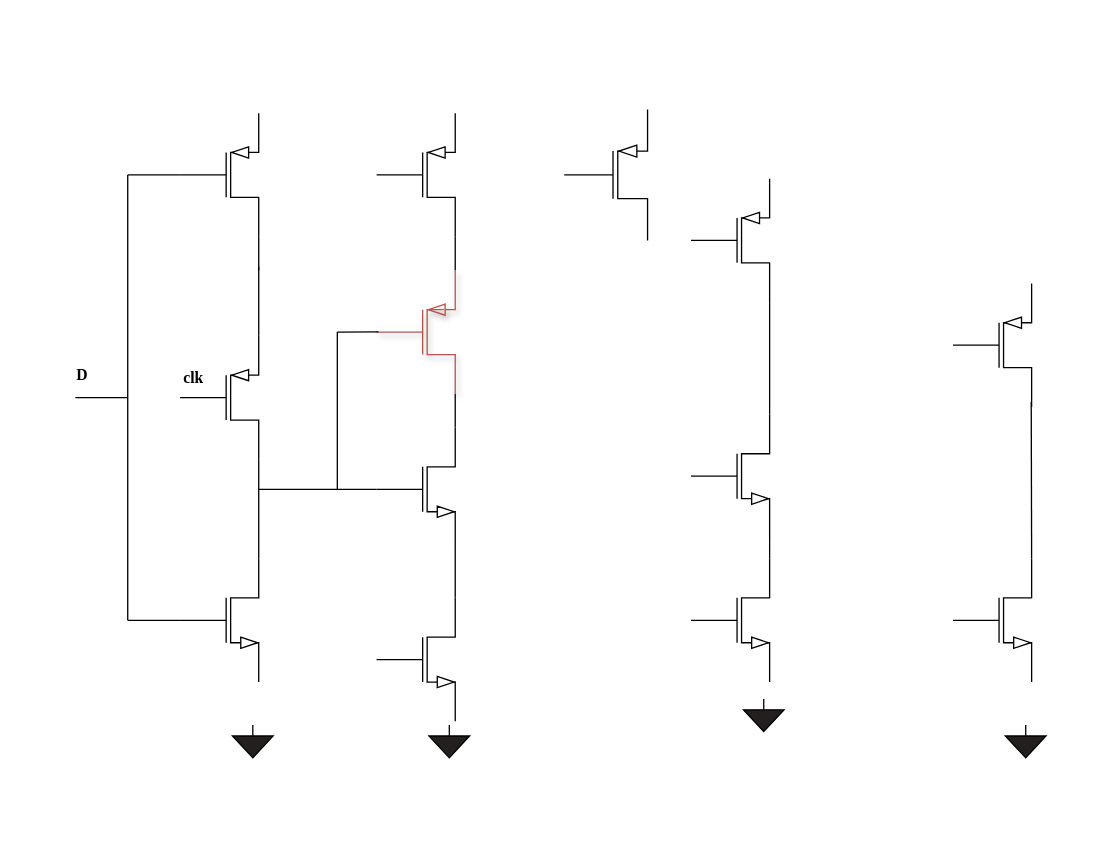
w1213ph/draw.io keeps this draw.io diagram as MTPC.drawio. Above is the earlier version. Source tidied: cells renumbered, new cells numbered last; positions are measured from the earlier drawing's top-left corner, leaving out a move shared by most shapes. Both pictures are drawn from the tidied source at 131%, with x=0, y=0 at pixel (62, 109).
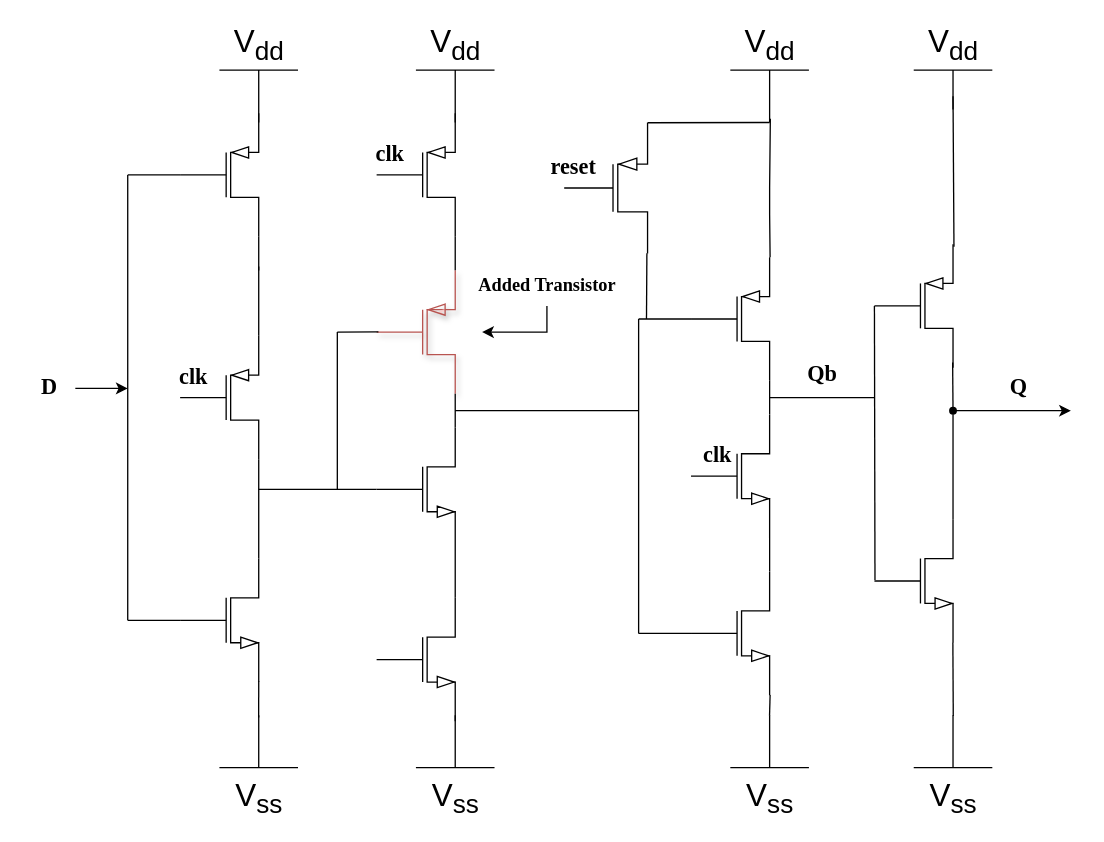
The same page after the edit.

Unchanged cells that the change refers to:
```xml
<mxCell id="3" style="verticalLabelPosition=bottom;shadow=0;dashed=0;align=center;html=1;verticalAlign=top;shape=mxgraph.electrical.transistors.nmos;" parent="1" vertex="1">
  <mxGeometry x="90" y="340" width="60" height="100" as="geometry" />
</mxCell>
```

Diff of the diagram source:
```diff
@@
     <mxCell id="9" style="verticalLabelPosition=bottom;shadow=0;dashed=0;align=center;html=1;verticalAlign=top;shape=mxgraph.electrical.transistors.pmos;" parent="1" vertex="1">
-      <mxGeometry x="270" width="290" height="100" as="geometry" />
+      <mxGeometry x="270" y="10" width="290" height="100" as="geometry" />
     </mxCell>
     <mxCell id="10" style="verticalLabelPosition=bottom;shadow=0;dashed=0;align=center;html=1;verticalAlign=top;shape=mxgraph.electrical.transistors.pmos;" parent="1" vertex="1">
-      <mxGeometry x="480" y="50" width="60" height="100" as="geometry" />
+      <mxGeometry x="480" y="110" width="60" height="100" as="geometry" />
     </mxCell>
@@
     <mxCell id="12" style="verticalLabelPosition=bottom;shadow=0;dashed=0;align=center;html=1;verticalAlign=top;shape=mxgraph.electrical.transistors.nmos;" parent="1" vertex="1">
-      <mxGeometry x="480" y="340" width="60" height="100" as="geometry" />
+      <mxGeometry x="480" y="350" width="60" height="100" as="geometry" />
     </mxCell>
     <mxCell id="13" style="verticalLabelPosition=bottom;shadow=0;dashed=0;align=center;html=1;verticalAlign=top;shape=mxgraph.electrical.transistors.pmos;" parent="1" vertex="1">
-      <mxGeometry x="680" y="130" width="60" height="100" as="geometry" />
+      <mxGeometry x="620" y="100" width="60" height="100" as="geometry" />
     </mxCell>
     <mxCell id="14" style="verticalLabelPosition=bottom;shadow=0;dashed=0;align=center;html=1;verticalAlign=top;shape=mxgraph.electrical.transistors.nmos;" parent="1" vertex="1">
-      <mxGeometry x="680" y="340" width="60" height="100" as="geometry" />
+      <mxGeometry x="620" y="310" width="60" height="100" as="geometry" />
     </mxCell>
@@
-    <mxCell id="22" style="endArrow=none;html=1;rounded=0;entryX=0.995;entryY=0.959;entryDx=0;entryDy=0;entryPerimeter=0;exitX=1;exitY=0;exitDx=0;exitDy=0;exitPerimeter=0;" parent="1" edge="1" source="14" target="13">
+    <mxCell id="22" style="endArrow=none;html=1;rounded=0;entryX=0.995;entryY=0.959;entryDx=0;entryDy=0;entryPerimeter=0;exitDx=0;exitDy=0;exitPerimeter=0;" parent="1" edge="1" source="60" target="13">
       <mxGeometry relative="1" as="geometry" />
     </mxCell>
@@
-    <mxCell id="30" style="endArrow=none;html=1;rounded=0;" parent="1" edge="1">
-      <mxGeometry relative="1" as="geometry">
-        <mxPoint x="10" y="220" as="sourcePoint" />
-        <mxPoint x="50" y="220" as="targetPoint" />
-      </mxGeometry>
-    </mxCell>
+    <mxCell id="37" style="edgeStyle=orthogonalEdgeStyle;rounded=0;jettySize=auto;html=1;" parent="1" edge="1" source="31">
+      <mxGeometry relative="1" as="geometry">
+        <mxPoint x="50" y="213" as="targetPoint" />
+      </mxGeometry>
+    </mxCell>
-    <mxCell id="31" value="D" style="text;html=1;align=center;verticalAlign=middle;points=[];strokeColor=none;fillColor=none;fontFamily=Times New Roman;fontStyle=1;labelBorderColor=none;" parent="1" vertex="1">
-      <mxGeometry y="188" width="30" height="30" as="geometry" />
+    <mxCell id="31" value="D" style="text;html=1;align=center;verticalAlign=middle;points=[];strokeColor=none;fillColor=none;fontFamily=Times New Roman;fontStyle=1;labelBorderColor=none;fontSize=17;" parent="1" vertex="1">
+      <mxGeometry x="-30" y="198" width="40" height="30" as="geometry" />
     </mxCell>
-    <mxCell id="32" value="clk" style="text;html=1;align=center;verticalAlign=middle;strokeColor=none;fillColor=none;fontFamily=Times New Roman;fontStyle=1;" parent="1" vertex="1">
+    <mxCell id="32" value="clk" style="text;html=1;align=center;verticalAlign=middle;strokeColor=none;fillColor=none;fontFamily=Times New Roman;fontStyle=1;fontSize=17;" parent="1" vertex="1">
       <mxGeometry x="80" y="190" width="40" height="30" as="geometry" />
     </mxCell>
-    <mxCell id="33" style="verticalLabelPosition=bottom;shadow=0;dashed=0;align=center;html=1;verticalAlign=top;shape=mxgraph.electrical.signal_sources.signal_ground;fillColor=#231f1f;" parent="1" vertex="1">
-      <mxGeometry x="130" y="470" width="31" height="25" as="geometry" />
-    </mxCell>
-    <mxCell id="34" style="verticalLabelPosition=bottom;shadow=0;dashed=0;align=center;html=1;verticalAlign=top;shape=mxgraph.electrical.signal_sources.signal_ground;fillColor=#231f1f;" parent="1" vertex="1">
-      <mxGeometry x="280" y="470" width="31" height="25" as="geometry" />
-    </mxCell>
-    <mxCell id="35" style="verticalLabelPosition=bottom;shadow=0;dashed=0;align=center;html=1;verticalAlign=top;shape=mxgraph.electrical.signal_sources.signal_ground;fillColor=#231f1f;" parent="1" vertex="1">
-      <mxGeometry x="520" y="450" width="31" height="25" as="geometry" />
-    </mxCell>
-    <mxCell id="36" style="verticalLabelPosition=bottom;shadow=0;dashed=0;align=center;html=1;verticalAlign=top;shape=mxgraph.electrical.signal_sources.signal_ground;fillColor=#231f1f;" parent="1" vertex="1">
-      <mxGeometry x="720" y="470" width="31" height="25" as="geometry" />
-    </mxCell>
+    <mxCell id="38" value="V&lt;sub&gt;ss&lt;/sub&gt;" style="verticalLabelPosition=bottom;shadow=0;dashed=0;align=center;html=1;verticalAlign=top;shape=mxgraph.electrical.signal_sources.vss2;fontSize=24;flipV=1;" parent="1" vertex="1">
+      <mxGeometry x="270" y="462.5" width="60" height="40" as="geometry" />
+    </mxCell>
+    <mxCell id="39" value="V&lt;sub&gt;ss&lt;/sub&gt;" style="verticalLabelPosition=bottom;shadow=0;dashed=0;align=center;html=1;verticalAlign=top;shape=mxgraph.electrical.signal_sources.vss2;fontSize=24;flipV=1;" parent="1" vertex="1">
+      <mxGeometry x="510" y="462.5" width="60" height="40" as="geometry" />
+    </mxCell>
+    <mxCell id="40" value="V&lt;sub&gt;ss&lt;/sub&gt;" style="verticalLabelPosition=bottom;shadow=0;dashed=0;align=center;html=1;verticalAlign=top;shape=mxgraph.electrical.signal_sources.vss2;fontSize=24;flipV=1;" parent="1" vertex="1">
+      <mxGeometry x="650" y="462.5" width="60" height="40" as="geometry" />
+    </mxCell>
+    <mxCell id="41" value="V&lt;sub&gt;ss&lt;/sub&gt;" style="verticalLabelPosition=bottom;shadow=0;dashed=0;align=center;html=1;verticalAlign=top;shape=mxgraph.electrical.signal_sources.vss2;fontSize=24;flipV=1;" parent="1" vertex="1">
+      <mxGeometry x="120" y="462.5" width="60" height="40" as="geometry" />
+    </mxCell>
+    <mxCell id="42" value="V&lt;sub&gt;dd&lt;/sub&gt;" style="verticalLabelPosition=top;verticalAlign=bottom;shape=mxgraph.electrical.signal_sources.vdd;shadow=0;dashed=0;align=center;strokeWidth=1;fontSize=24;html=1;flipV=1;" parent="1" vertex="1">
+      <mxGeometry x="120" y="-30" width="60" height="40" as="geometry" />
+    </mxCell>
+    <mxCell id="43" value="V&lt;sub&gt;dd&lt;/sub&gt;" style="verticalLabelPosition=top;verticalAlign=bottom;shape=mxgraph.electrical.signal_sources.vdd;shadow=0;dashed=0;align=center;strokeWidth=1;fontSize=24;html=1;flipV=1;" parent="1" vertex="1">
+      <mxGeometry x="270" y="-30" width="60" height="40" as="geometry" />
+    </mxCell>
+    <mxCell id="44" value="V&lt;sub&gt;dd&lt;/sub&gt;" style="verticalLabelPosition=top;verticalAlign=bottom;shape=mxgraph.electrical.signal_sources.vdd;shadow=0;dashed=0;align=center;strokeWidth=1;fontSize=24;html=1;flipV=1;" parent="1" vertex="1">
+      <mxGeometry x="510" y="-30" width="60" height="40" as="geometry" />
+    </mxCell>
+    <mxCell id="45" value="V&lt;sub&gt;dd&lt;/sub&gt;" style="verticalLabelPosition=top;verticalAlign=bottom;shape=mxgraph.electrical.signal_sources.vdd;shadow=0;dashed=0;align=center;strokeWidth=1;fontSize=24;html=1;flipV=1;" parent="1" vertex="1">
+      <mxGeometry x="650" y="-30" width="60" height="30" as="geometry" />
+    </mxCell>
+    <mxCell id="46" style="endArrow=none;html=1;rounded=0;entryX=0.509;entryY=0.073;entryDx=0;entryDy=0;entryPerimeter=0;exitX=1.006;exitY=0;exitDx=0;exitDy=0;exitPerimeter=0;" parent="1" edge="1" source="10" target="44">
+      <mxGeometry relative="1" as="geometry">
+        <Array as="points">
+          <mxPoint x="540" y="80" />
+          <mxPoint x="540" y="60" />
+        </Array>
+      </mxGeometry>
+    </mxCell>
+    <mxCell id="47" style="endArrow=none;html=1;rounded=0;" parent="1" edge="1">
+      <mxGeometry relative="1" as="geometry">
+        <mxPoint x="440" y="160" as="sourcePoint" />
+        <mxPoint x="480" y="160" as="targetPoint" />
+      </mxGeometry>
+    </mxCell>
+    <mxCell id="48" style="endArrow=none;html=1;rounded=0;" parent="1" edge="1">
+      <mxGeometry relative="1" as="geometry">
+        <mxPoint x="440" y="400" as="sourcePoint" />
+        <mxPoint x="480" y="400" as="targetPoint" />
+      </mxGeometry>
+    </mxCell>
+    <mxCell id="49" style="endArrow=none;html=1;rounded=0;" parent="1" edge="1">
+      <mxGeometry relative="1" as="geometry">
+        <mxPoint x="440" y="400" as="sourcePoint" />
+        <mxPoint x="440" y="160" as="targetPoint" />
+      </mxGeometry>
+    </mxCell>
+    <mxCell id="50" style="endArrow=none;html=1;rounded=0;" parent="1" edge="1">
+      <mxGeometry relative="1" as="geometry">
+        <mxPoint x="300" y="230" as="sourcePoint" />
+        <mxPoint x="440" y="230" as="targetPoint" />
+      </mxGeometry>
+    </mxCell>
+    <mxCell id="51" style="endArrow=none;html=1;rounded=0;exitX=1.004;exitY=0.002;exitDx=0;exitDy=0;exitPerimeter=0;" parent="1" edge="1" source="9">
+      <mxGeometry relative="1" as="geometry">
+        <mxPoint x="540" y="10" as="targetPoint" />
+      </mxGeometry>
+    </mxCell>
+    <mxCell id="52" style="endArrow=none;html=1;rounded=0;entryX=0.992;entryY=0.998;entryDx=0;entryDy=0;entryPerimeter=0;" parent="1" edge="1" target="9">
+      <mxGeometry relative="1" as="geometry">
+        <mxPoint x="446" y="160" as="sourcePoint" />
+      </mxGeometry>
+    </mxCell>
+    <mxCell id="53" value="clk" style="text;html=1;align=center;verticalAlign=middle;strokeColor=none;fillColor=none;fontFamily=Times New Roman;fontStyle=1;fontSize=17;" parent="1" vertex="1">
+      <mxGeometry x="480" y="250" width="40" height="30" as="geometry" />
+    </mxCell>
+    <mxCell id="54" value="reset" style="text;html=1;align=center;verticalAlign=middle;strokeColor=none;fillColor=none;fontFamily=Times New Roman;fontSize=17;fontStyle=1;" parent="1" vertex="1">
+      <mxGeometry x="360" y="30" width="60" height="30" as="geometry" />
+    </mxCell>
+    <mxCell id="55" style="endArrow=none;html=1;rounded=0;exitX=0.007;exitY=0.492;exitDx=0;exitDy=0;exitPerimeter=0;" parent="1" edge="1" source="14">
+      <mxGeometry relative="1" as="geometry">
+        <mxPoint x="620" y="150" as="targetPoint" />
+      </mxGeometry>
+    </mxCell>
+    <mxCell id="56" style="endArrow=none;html=1;rounded=0;" parent="1" edge="1">
+      <mxGeometry relative="1" as="geometry">
+        <mxPoint x="540" y="220" as="sourcePoint" />
+        <mxPoint x="620" y="220" as="targetPoint" />
+      </mxGeometry>
+    </mxCell>
+    <mxCell id="57" value="Qb" style="text;html=1;align=center;verticalAlign=middle;strokeColor=none;fillColor=none;fontSize=17;fontFamily=Times New Roman;fontStyle=1;" parent="1" vertex="1">
+      <mxGeometry x="560" y="188" width="40" height="30" as="geometry" />
+    </mxCell>
+    <mxCell id="58" style="endArrow=none;html=1;rounded=0;entryDx=0;entryDy=0;entryPerimeter=0;exitX=1;exitY=0;exitDx=0;exitDy=0;exitPerimeter=0;" parent="1" edge="1" source="14" target="60">
+      <mxGeometry relative="1" as="geometry">
+        <Array as="points">
+          <mxPoint x="680" y="250" />
+        </Array>
+      </mxGeometry>
+    </mxCell>
+    <mxCell id="59" style="edgeStyle=orthogonalEdgeStyle;rounded=0;jettySize=auto;html=1;" parent="1" edge="1" source="60">
+      <mxGeometry relative="1" as="geometry">
+        <mxPoint x="770" y="230" as="targetPoint" />
+      </mxGeometry>
+    </mxCell>
+    <mxCell id="60" style="shape=waypoint;sketch=0;size=6;points=[];fillColor=none;perimeter=centerPerimeter;snapToPoint=1;" parent="1" vertex="1">
+      <mxGeometry x="670" y="220" width="20" height="20" as="geometry" />
+    </mxCell>
+    <mxCell id="61" value="Q" style="text;html=1;align=center;verticalAlign=middle;strokeColor=none;fillColor=none;fontFamily=Times New Roman;fontSize=17;fontStyle=1;" parent="1" vertex="1">
+      <mxGeometry x="710" y="198" width="40" height="30" as="geometry" />
+    </mxCell>
+    <mxCell id="62" style="edgeStyle=orthogonalEdgeStyle;rounded=0;jettySize=auto;html=1;" parent="1" edge="1" source="63">
+      <mxGeometry relative="1" as="geometry">
+        <mxPoint x="320" y="170" as="targetPoint" />
+      </mxGeometry>
+    </mxCell>
+    <mxCell id="63" value="Added Transistor" style="text;html=1;align=center;verticalAlign=middle;points=[];strokeColor=none;fillColor=none;fontStyle=1;fontSize=14;fontFamily=Times New Roman;" parent="1" vertex="1">
+      <mxGeometry x="310" y="120" width="120" height="30" as="geometry" />
+    </mxCell>
+    <mxCell id="64" value="clk" style="text;html=1;align=center;verticalAlign=middle;strokeColor=none;fillColor=none;fontFamily=Times New Roman;fontStyle=1;fontSize=17;" parent="1" vertex="1">
+      <mxGeometry x="230" y="20" width="40" height="30" as="geometry" />
+    </mxCell>
+    <mxCell id="65" style="endArrow=none;html=1;rounded=0;exitX=1.012;exitY=0.021;exitDx=0;exitDy=0;exitPerimeter=0;" parent="1" edge="1" source="13">
+      <mxGeometry relative="1" as="geometry">
+        <mxPoint x="680" y="-10" as="targetPoint" />
+      </mxGeometry>
+    </mxCell>
+    <mxCell id="66" style="endArrow=none;html=1;rounded=0;exitX=0.499;exitY=0.958;exitDx=0;exitDy=0;exitPerimeter=0;entryX=1;entryY=0.993;entryDx=0;entryDy=0;entryPerimeter=0;" parent="1" edge="1" source="41" target="3">
+      <mxGeometry relative="1" as="geometry" />
+    </mxCell>
+    <mxCell id="67" style="endArrow=none;html=1;rounded=0;entryX=1.006;entryY=0.998;entryDx=0;entryDy=0;entryPerimeter=0;exitX=0.499;exitY=0.989;exitDx=0;exitDy=0;exitPerimeter=0;" parent="1" edge="1" source="39" target="12">
+      <mxGeometry relative="1" as="geometry" />
+    </mxCell>
+    <mxCell id="68" style="endArrow=none;html=1;rounded=0;entryX=0.998;entryY=0.999;entryDx=0;entryDy=0;entryPerimeter=0;exitX=0.503;exitY=0.986;exitDx=0;exitDy=0;exitPerimeter=0;" parent="1" edge="1" source="40" target="14">
+      <mxGeometry relative="1" as="geometry" />
+    </mxCell>
```
